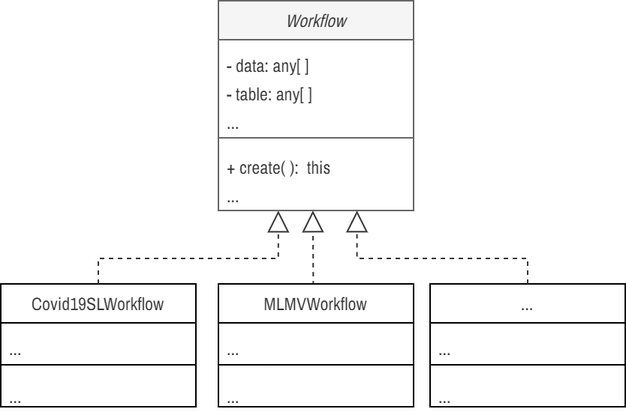
The draw.io diagram public/static/doc/workflow-classes.png in saifulkhan/storytelling-vis, before a commit. Source tidied: cells renumbered, new cells last; positions are measured from the earlier drawing's top-left corner, leaving out a move shared by most shapes.
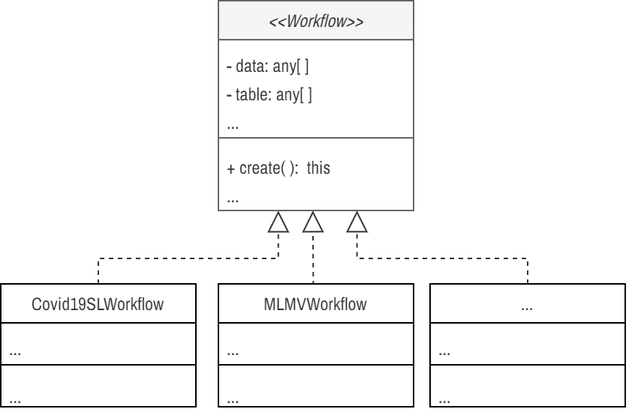
Above is the later version.

The edit, as a diff of the source:
```diff
@@ -2,7 +2,7 @@
   <root>
     <mxCell id="0" />
     <mxCell id="1" parent="0" />
-    <mxCell id="2" value="&lt;font face=&quot;Archivo Narrow&quot; style=&quot;font-size: 12px; font-weight: normal;&quot;&gt;&lt;i&gt;Workflow&lt;/i&gt;&lt;/font&gt;" style="swimlane;fontStyle=1;align=center;verticalAlign=top;horizontal=1;startSize=26;whiteSpace=wrap;html=1;fontFamily=Fira Sans Extra Condensed;fontSource=https%3A%2F%2Ffonts.googleapis.com%2Fcss%3Ffamily%3DFira%2BSans%2BExtra%2BCondensed;fontSize=12;fontColor=#333333;fillColor=#f5f5f5;strokeColor=#666666;" parent="1" vertex="1">
+    <mxCell id="2" value="&lt;font face=&quot;Archivo Narrow&quot; style=&quot;font-size: 12px; font-weight: normal;&quot;&gt;&lt;i&gt;&amp;lt;&amp;lt;Workflow&amp;gt;&amp;gt;&lt;/i&gt;&lt;/font&gt;" style="swimlane;fontStyle=1;align=center;verticalAlign=top;horizontal=1;startSize=26;whiteSpace=wrap;html=1;fontFamily=Fira Sans Extra Condensed;fontSource=https%3A%2F%2Ffonts.googleapis.com%2Fcss%3Ffamily%3DFira%2BSans%2BExtra%2BCondensed;fontSize=12;fontColor=#333333;fillColor=#f5f5f5;strokeColor=#666666;" parent="1" vertex="1">
       <mxGeometry x="145" width="130" height="140" as="geometry" />
     </mxCell>
     <mxCell id="3" value="&lt;font face=&quot;Archivo Narrow&quot; style=&quot;font-size: 12px;&quot;&gt;- data: any[ ]&lt;/font&gt;&lt;div&gt;&lt;font face=&quot;Archivo Narrow&quot; style=&quot;font-size: 12px;&quot;&gt;- table: any[ ]&lt;/font&gt;&lt;/div&gt;&lt;div&gt;&lt;span style=&quot;font-size: 12px; font-family: &amp;quot;Archivo Narrow&amp;quot;; background-color: initial;&quot;&gt;...&lt;/span&gt;&lt;br&gt;&lt;/div&gt;" style="text;strokeColor=none;fillColor=none;align=left;verticalAlign=top;spacingLeft=4;spacingRight=4;overflow=hidden;whiteSpace=wrap;html=1;fontFamily=Fira Sans Extra Condensed;fontSource=https%3A%2F%2Ffonts.googleapis.com%2Fcss%3Ffamily%3DFira%2BSans%2BExtra%2BCondensed;fontSize=16;fontColor=#333333;" parent="2" vertex="1">
```
